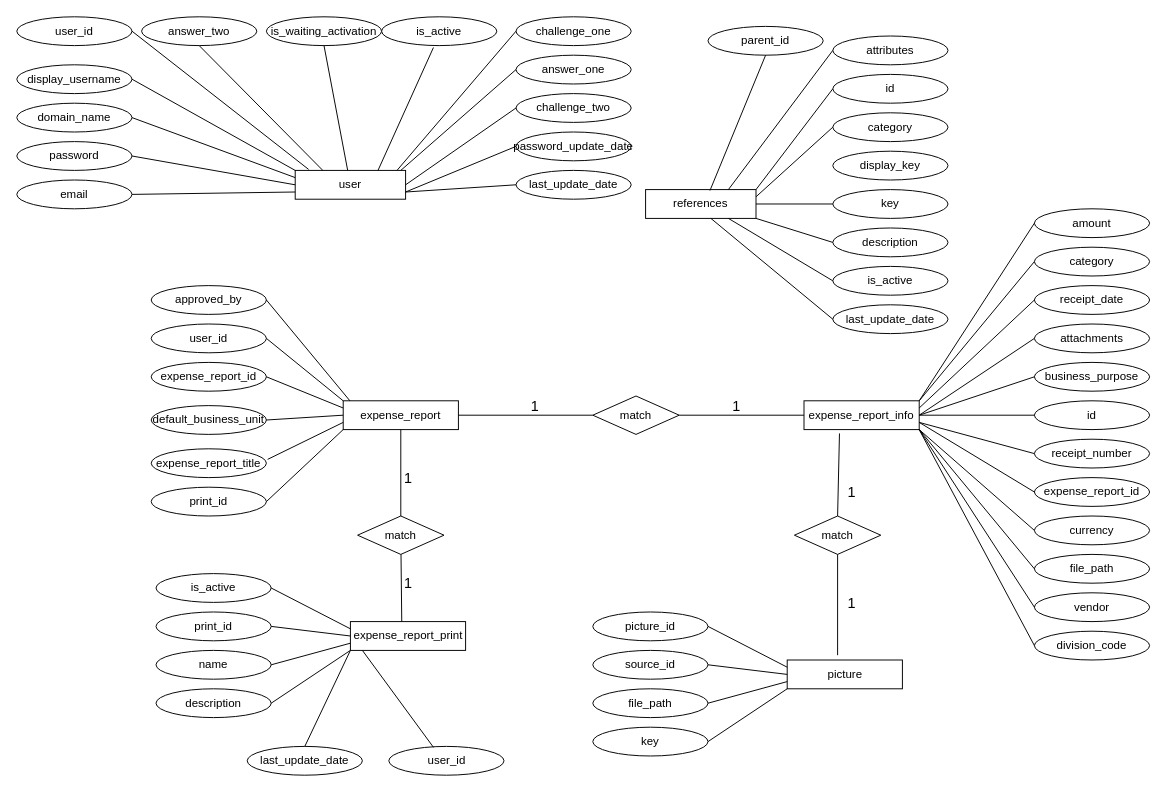
Above: page "Page-1" (1 of 2) of Untitled Diagram.drawio in Steven-Chuang-Yuan/task (draw.io), before the change. Source tidied: cells renumbered, new cells numbered last; positions are measured from the earlier drawing's top-left corner, leaving out a move shared by most shapes. Both pictures are drawn from the tidied source at 96%, with x=0, y=0 at pixel (16, 16).
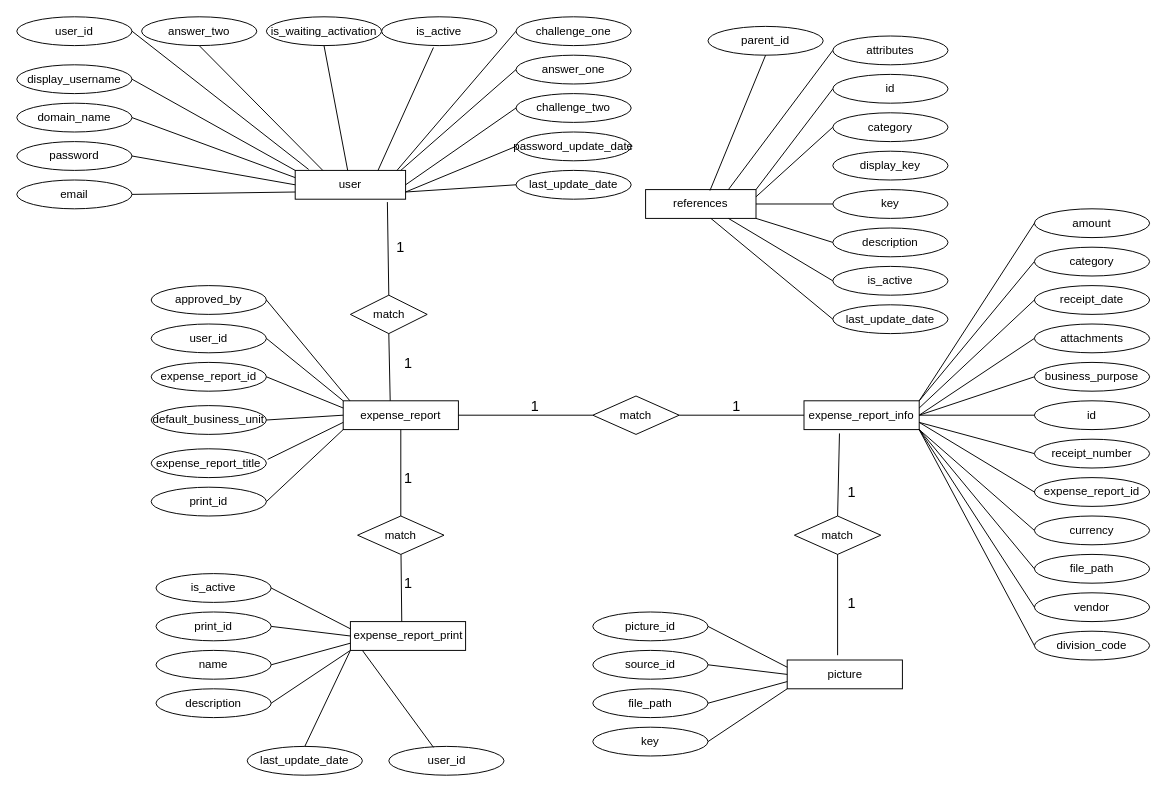
After the change.

The change refers to these unchanged cells:
```xml
<mxCell id="2" value="expense_report" style="rounded=0;whiteSpace=wrap;html=1;" parent="1" vertex="1">
  <mxGeometry x="340" y="400" width="120" height="30" as="geometry" />
</mxCell>
<mxCell id="93" value="user" style="rounded=0;whiteSpace=wrap;html=1;" parent="1" vertex="1">
  <mxGeometry x="290" y="160" width="115" height="30" as="geometry" />
</mxCell>
```

The edit, as a diff of the source:
```diff
@@
+    <mxCell id="122" value="match" style="rhombus;whiteSpace=wrap;html=1;" parent="1" vertex="1">
+      <mxGeometry x="347.5" y="290" width="80" height="40" as="geometry" />
+    </mxCell>
+    <mxCell id="123" style="endArrow=none;html=1;exitX=0.5;exitY=0;exitDx=0;exitDy=0;entryX=0.835;entryY=1.1;entryDx=0;entryDy=0;entryPerimeter=0;" parent="1" edge="1" source="122" target="93">
+      <mxGeometry relative="1" as="geometry" />
+    </mxCell>
+    <mxCell id="124" style="endArrow=none;html=1;exitX=0.5;exitY=1;exitDx=0;exitDy=0;entryX=0.408;entryY=0;entryDx=0;entryDy=0;entryPerimeter=0;" parent="1" edge="1" source="122" target="2">
+      <mxGeometry relative="1" as="geometry" />
+    </mxCell>
+    <mxCell id="125" value="&lt;font style=&quot;font-size: 15px&quot;&gt;1&lt;/font&gt;" style="text;html=1;strokeColor=none;fillColor=none;align=center;verticalAlign=middle;whiteSpace=wrap;rounded=0;" parent="1" vertex="1">
+      <mxGeometry x="380" y="230" width="40" height="20" as="geometry" />
+    </mxCell>
+    <mxCell id="126" value="&lt;font style=&quot;font-size: 15px&quot;&gt;1&lt;/font&gt;" style="text;html=1;strokeColor=none;fillColor=none;align=center;verticalAlign=middle;whiteSpace=wrap;rounded=0;" parent="1" vertex="1">
+      <mxGeometry x="387.5" y="350" width="40" height="20" as="geometry" />
+    </mxCell>
```
